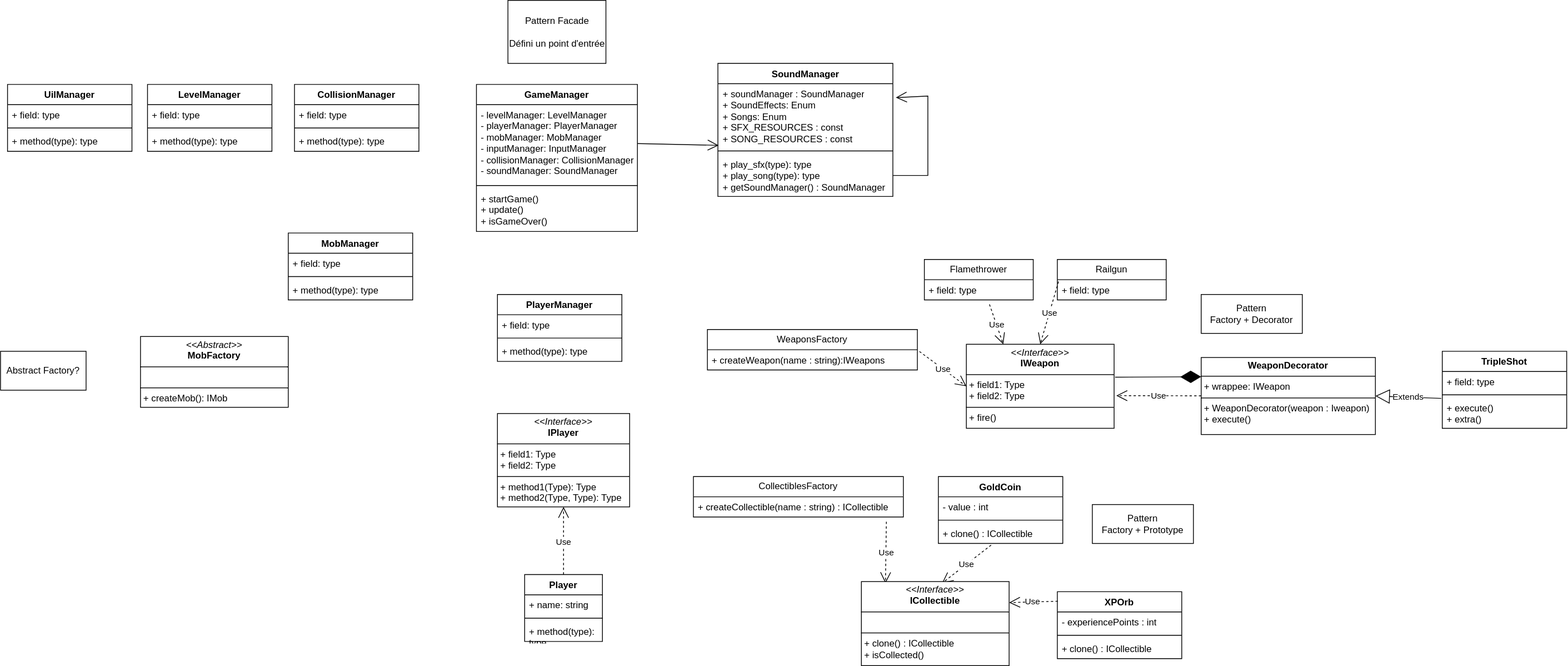
Earlier version of the draw.io export class_diagram.drawio.svg (CNAM-gaming/vampire_survivors). Source tidied: cells renumbered, new cells last; positions are measured from the earlier drawing's top-left corner, leaving out a move shared by most shapes.
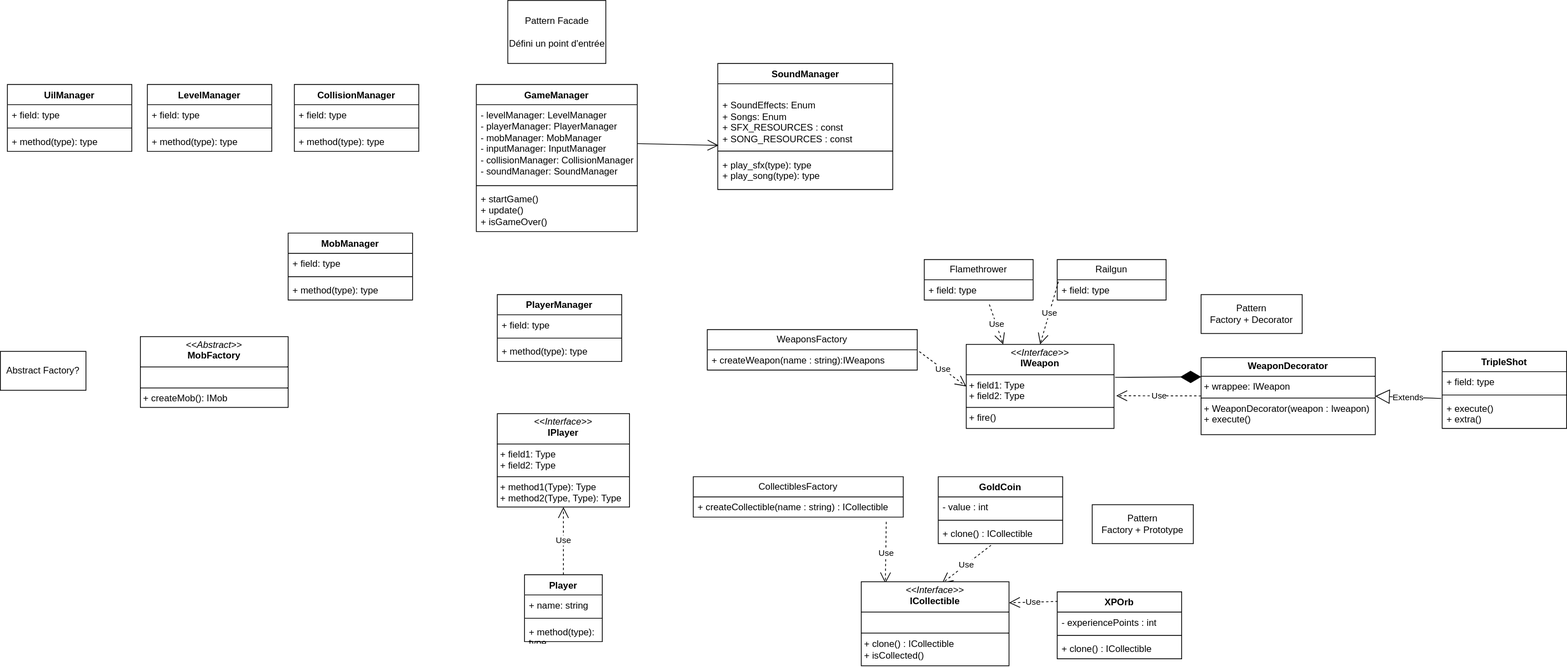
Later version of the same file.

Commit message:
Remove singleton for SoundManager

The edit, as a diff of the source:
```diff
@@ -78,25 +78,17 @@
       <mxGeometry x="180" y="432" width="190" height="91" as="geometry" />
     </mxCell>
     <mxCell id="27" value="SoundManager&lt;div&gt;&lt;br&gt;&lt;/div&gt;" style="swimlane;fontStyle=1;align=center;verticalAlign=top;horizontal=1;startSize=26;whiteSpace=wrap;html=1;" parent="1" vertex="1">
-      <mxGeometry x="922.5" y="81" width="225" height="171" as="geometry" />
+      <mxGeometry x="922.5" y="81" width="225" height="162" as="geometry" />
     </mxCell>
-    <mxCell id="28" value="&lt;div&gt;+ soundManager : SoundManager&lt;/div&gt;+ SoundEffects: Enum&lt;div&gt;+ Songs: Enum&lt;br&gt;&lt;/div&gt;&lt;div&gt;+ SFX_RESOURCES : const&amp;nbsp;&lt;br&gt;+ SONG_RESOURCES : const&lt;/div&gt;&lt;div&gt;&lt;br&gt;&lt;/div&gt;" style="text;strokeColor=none;fillColor=none;align=left;verticalAlign=top;spacingLeft=4;spacingRight=4;overflow=hidden;points=[[0,0.5],[1,0.5]];portConstraint=eastwest;whiteSpace=wrap;html=1;" parent="27" vertex="1">
+    <mxCell id="28" value="&lt;div&gt;&lt;br&gt;&lt;/div&gt;+ SoundEffects: Enum&lt;div&gt;+ Songs: Enum&lt;br&gt;&lt;/div&gt;&lt;div&gt;+ SFX_RESOURCES : const&amp;nbsp;&lt;br&gt;+ SONG_RESOURCES : const&lt;/div&gt;&lt;div&gt;&lt;br&gt;&lt;/div&gt;" style="text;strokeColor=none;fillColor=none;align=left;verticalAlign=top;spacingLeft=4;spacingRight=4;overflow=hidden;points=[[0,0.5],[1,0.5]];portConstraint=eastwest;whiteSpace=wrap;html=1;" parent="27" vertex="1">
       <mxGeometry y="26" width="225" height="82" as="geometry" />
     </mxCell>
     <mxCell id="29" style="line;strokeWidth=1;fillColor=none;align=left;verticalAlign=middle;spacingTop=-1;spacingLeft=3;spacingRight=3;labelPosition=right;strokeColor=inherit;" parent="27" vertex="1">
       <mxGeometry y="108" width="225" height="9" as="geometry" />
     </mxCell>
-    <mxCell id="30" value="+ play_sfx(type): type&lt;div&gt;+ play_song(type): type&lt;br&gt;&lt;/div&gt;&lt;div&gt;+ getSoundManager() : SoundManager&lt;/div&gt;" style="text;strokeColor=none;fillColor=none;align=left;verticalAlign=top;spacingLeft=4;spacingRight=4;overflow=hidden;points=[[0,0.5],[1,0.5]];portConstraint=eastwest;whiteSpace=wrap;html=1;" parent="27" vertex="1">
-      <mxGeometry y="117" width="225" height="54" as="geometry" />
+    <mxCell id="30" value="+ play_sfx(type): type&lt;div&gt;+ play_song(type): type&lt;/div&gt;" style="text;strokeColor=none;fillColor=none;align=left;verticalAlign=top;spacingLeft=4;spacingRight=4;overflow=hidden;points=[[0,0.5],[1,0.5]];portConstraint=eastwest;whiteSpace=wrap;html=1;" parent="27" vertex="1">
+      <mxGeometry y="117" width="225" height="45" as="geometry" />
     </mxCell>
-    <mxCell id="31" style="endArrow=open;endFill=1;endSize=12;html=1;rounded=0;exitX=1;exitY=0.5;exitDx=0;exitDy=0;entryX=1.017;entryY=0.219;entryDx=0;entryDy=0;entryPerimeter=0;" parent="27" edge="1" source="30" target="28">
-      <mxGeometry relative="1" as="geometry">
-        <Array as="points">
-          <mxPoint x="270" y="144" />
-          <mxPoint x="270" y="42" />
-        </Array>
-      </mxGeometry>
-    </mxCell>
     <mxCell id="32" style="endArrow=open;endFill=1;endSize=12;html=1;rounded=0;exitX=1;exitY=0.5;exitDx=0;exitDy=0;entryX=0.004;entryY=0.967;entryDx=0;entryDy=0;entryPerimeter=0;" parent="1" edge="1" source="48" target="28">
       <mxGeometry relative="1" as="geometry" />
     </mxCell>
```
